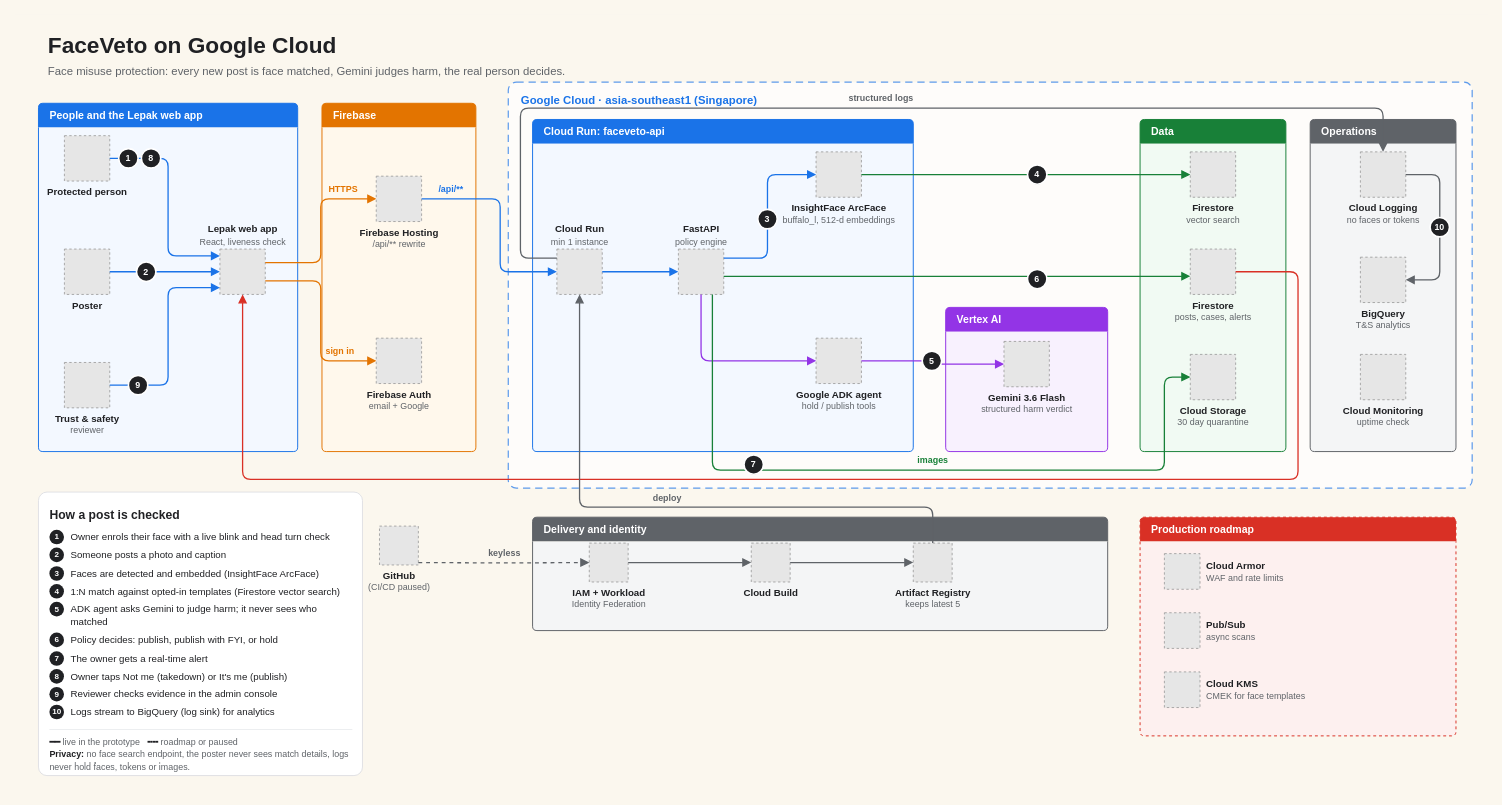
The draw.io diagram docs/architecture.drawio in jianlin070/FaceVeto, before the edit. Source tidied: cells renumbered, new cells numbered last; positions are measured from the earlier drawing's top-left corner, leaving out a move shared by most shapes. Both pictures are drawn from the tidied source at 81%, with x=0, y=0 at pixel (14, 14). Pictures stored in the file or linked from it are replaced by grey dashed boxes.
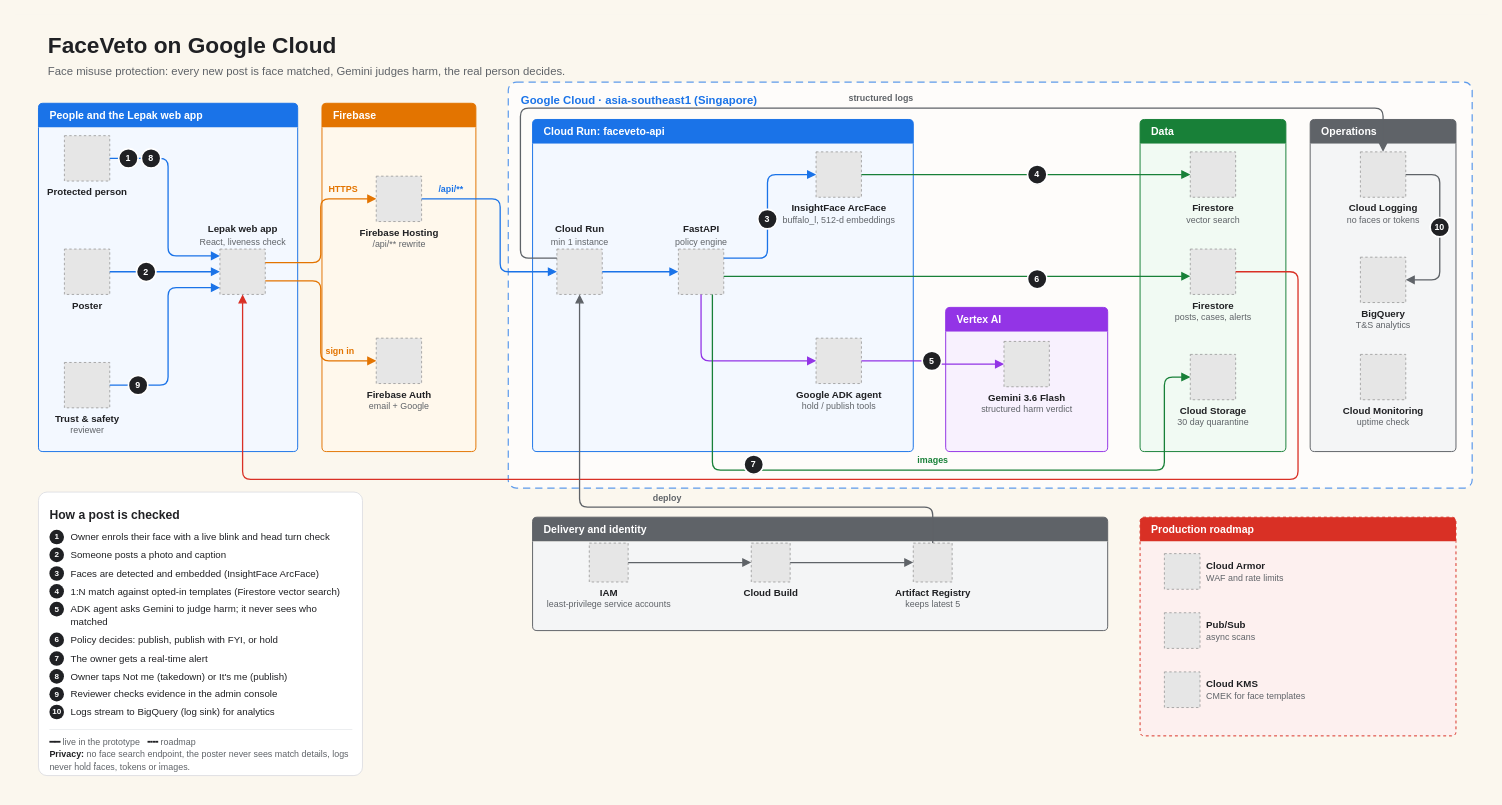
The same page after the edit.

Commit message (it also covers changes not shown here):
Architecture diagram and README: drop GitHub Actions deploys, which are not used

Diff of the diagram source:
```diff
@@
-    <mxCell id="30" value="&lt;b&gt;IAM + Workload&lt;/b&gt;&lt;br&gt;&lt;span style=&quot;color:#5f6368;font-size:11px&quot;&gt;Identity Federation&lt;/span&gt;" style="fillColor=#E6E6E6;strokeColor=#999999;dashed=1;html=1;verticalLabelPosition=bottom;verticalAlign=top;labelBackgroundColor=none;fontSize=12;fontColor=#202124;fontFamily=Helvetica;" parent="1" vertex="1">
+    <mxCell id="30" value="&lt;b&gt;IAM&lt;/b&gt;&lt;br&gt;&lt;span style=&quot;color:#5f6368;font-size:11px&quot;&gt;least-privilege service accounts&lt;/span&gt;" style="fillColor=#E6E6E6;strokeColor=#999999;dashed=1;html=1;verticalLabelPosition=bottom;verticalAlign=top;labelBackgroundColor=none;fontSize=12;fontColor=#202124;fontFamily=Helvetica;" parent="1" vertex="1">
       <mxGeometry x="710" y="653" width="48" height="48" as="geometry" />
     </mxCell>
@@
-    <mxCell id="33" value="&lt;b&gt;GitHub&lt;/b&gt;&lt;br&gt;&lt;span style=&quot;color:#5f6368;font-size:11px&quot;&gt;(CI/CD paused)&lt;/span&gt;" style="fillColor=#E6E6E6;strokeColor=#999999;dashed=1;html=1;verticalLabelPosition=bottom;verticalAlign=top;labelBackgroundColor=none;fontSize=12;fontColor=#202124;fontFamily=Helvetica;" parent="1" vertex="1">
-      <mxGeometry x="451" y="632" width="48" height="48" as="geometry" />
-    </mxCell>
@@
-    <mxCell id="54" value="keyless" style="edgeStyle=orthogonalEdgeStyle;rounded=1;jettySize=auto;html=1;endArrow=block;endFill=1;endSize=7;strokeWidth=1.6;strokeColor=#5f6368;fontColor=#5f6368;fontSize=11;fontStyle=1;fontFamily=Helvetica;labelBackgroundColor=none;verticalAlign=bottom;spacingBottom=3;dashed=1;exitX=1;exitY=0.5;exitDx=0;exitDy=0;entryX=0;entryY=0.5;entryDx=0;entryDy=0;" parent="1" edge="1" target="30">
-      <mxGeometry relative="1" as="geometry">
-        <mxPoint x="499" y="677" as="sourcePoint" />
-      </mxGeometry>
-    </mxCell>
@@
-    <mxCell id="68" value="&lt;div style=&quot;text-align:left;font-size:12px;line-height:1.35&quot;&gt;&lt;div style=&quot;font-size:15px;font-weight:bold;margin-bottom:6px&quot;&gt;How a post is checked&lt;/div&gt;&lt;table style=&quot;border-collapse:collapse&quot;&gt;&lt;tr&gt;&lt;td style=&quot;padding:2px 8px 2px 0;vertical-align:top&quot;&gt;&lt;span style=&quot;display:inline-block;width:18px;height:18px;border-radius:9px;background:#202124;color:#fff;text-align:center;line-height:18px;font-size:10px;font-weight:bold&quot;&gt;1&lt;/span&gt;&lt;/td&gt;&lt;td style=&quot;padding:3px 0;vertical-align:top&quot;&gt;Owner enrols their face with a live blink and head turn check&lt;/td&gt;&lt;/tr&gt;&lt;tr&gt;&lt;td style=&quot;padding:2px 8px 2px 0;vertical-align:top&quot;&gt;&lt;span style=&quot;display:inline-block;width:18px;height:18px;border-radius:9px;background:#202124;color:#fff;text-align:center;line-height:18px;font-size:10px;font-weight:bold&quot;&gt;2&lt;/span&gt;&lt;/td&gt;&lt;td style=&quot;padding:3px 0;vertical-align:top&quot;&gt;Someone posts a photo and caption&lt;/td&gt;&lt;/tr&gt;&lt;tr&gt;&lt;td style=&quot;padding:2px 8px 2px 0;vertical-align:top&quot;&gt;&lt;span style=&quot;display:inline-block;width:18px;height:18px;border-radius:9px;background:#202124;color:#fff;text-align:center;line-height:18px;font-size:10px;font-weight:bold&quot;&gt;3&lt;/span&gt;&lt;/td&gt;&lt;td style=&quot;padding:3px 0;vertical-align:top&quot;&gt;Faces are detected and embedded (InsightFace ArcFace)&lt;/td&gt;&lt;/tr&gt;&lt;tr&gt;&lt;td style=&quot;padding:2px 8px 2px 0;vertical-align:top&quot;&gt;&lt;span style=&quot;display:inline-block;width:18px;height:18px;border-radius:9px;background:#202124;color:#fff;text-align:center;line-height:18px;font-size:10px;font-weight:bold&quot;&gt;4&lt;/span&gt;&lt;/td&gt;&lt;td style=&quot;padding:3px 0;vertical-align:top&quot;&gt;1:N match against opted-in templates (Firestore vector search)&lt;/td&gt;&lt;/tr&gt;&lt;tr&gt;&lt;td style=&quot;padding:2px 8px 2px 0;vertical-align:top&quot;&gt;&lt;span style=&quot;display:inline-block;width:18px;height:18px;border-radius:9px;background:#202124;color:#fff;text-align:center;line-height:18px;font-size:10px;font-weight:bold&quot;&gt;5&lt;/span&gt;&lt;/td&gt;&lt;td style=&quot;padding:3px 0;vertical-align:top&quot;&gt;ADK agent asks Gemini to judge harm; it never sees who matched&lt;/td&gt;&lt;/tr&gt;&lt;tr&gt;&lt;td style=&quot;padding:2px 8px 2px 0;vertical-align:top&quot;&gt;&lt;span style=&quot;display:inline-block;width:18px;height:18px;border-radius:9px;background:#202124;color:#fff;text-align:center;line-height:18px;font-size:10px;font-weight:bold&quot;&gt;6&lt;/span&gt;&lt;/td&gt;&lt;td style=&quot;padding:3px 0;vertical-align:top&quot;&gt;Policy decides: publish, publish with FYI, or hold&lt;/td&gt;&lt;/tr&gt;&lt;tr&gt;&lt;td style=&quot;padding:2px 8px 2px 0;vertical-align:top&quot;&gt;&lt;span style=&quot;display:inline-block;width:18px;height:18px;border-radius:9px;background:#202124;color:#fff;text-align:center;line-height:18px;font-size:10px;font-weight:bold&quot;&gt;7&lt;/span&gt;&lt;/td&gt;&lt;td style=&quot;padding:3px 0;vertical-align:top&quot;&gt;The owner gets a real-time alert&lt;/td&gt;&lt;/tr&gt;&lt;tr&gt;&lt;td style=&quot;padding:2px 8px 2px 0;vertical-align:top&quot;&gt;&lt;span style=&quot;display:inline-block;width:18px;height:18px;border-radius:9px;background:#202124;color:#fff;text-align:center;line-height:18px;font-size:10px;font-weight:bold&quot;&gt;8&lt;/span&gt;&lt;/td&gt;&lt;td style=&quot;padding:3px 0;vertical-align:top&quot;&gt;Owner taps Not me (takedown) or It&amp;#x27;s me (publish)&lt;/td&gt;&lt;/tr&gt;&lt;tr&gt;&lt;td style=&quot;padding:2px 8px 2px 0;vertical-align:top&quot;&gt;&lt;span style=&quot;display:inline-block;width:18px;height:18px;border-radius:9px;background:#202124;color:#fff;text-align:center;line-height:18px;font-size:10px;font-weight:bold&quot;&gt;9&lt;/span&gt;&lt;/td&gt;&lt;td style=&quot;padding:3px 0;vertical-align:top&quot;&gt;Reviewer checks evidence in the admin console&lt;/td&gt;&lt;/tr&gt;&lt;tr&gt;&lt;td style=&quot;padding:2px 8px 2px 0;vertical-align:top&quot;&gt;&lt;span style=&quot;display:inline-block;width:18px;height:18px;border-radius:9px;background:#202124;color:#fff;text-align:center;line-height:18px;font-size:10px;font-weight:bold&quot;&gt;10&lt;/span&gt;&lt;/td&gt;&lt;td style=&quot;padding:3px 0;vertical-align:top&quot;&gt;Logs stream to BigQuery (log sink) for analytics&lt;/td&gt;&lt;/tr&gt;&lt;/table&gt;&lt;div style=&quot;margin-top:10px;padding-top:8px;border-top:1px solid #e8eaed;font-size:11px;color:#5f6368&quot;&gt;&lt;span style=&quot;color:#202124;font-weight:bold&quot;&gt;━━&lt;/span&gt; live in the prototype &amp;nbsp;&amp;nbsp;&lt;span style=&quot;color:#202124;font-weight:bold&quot;&gt;╍╍&lt;/span&gt; roadmap or paused&lt;br&gt;&lt;b style=&quot;color:#202124&quot;&gt;Privacy:&lt;/b&gt; no face search endpoint, the poster never sees match details, logs never hold faces, tokens or images.&lt;/div&gt;&lt;/div&gt;" style="rounded=1;arcSize=3;whiteSpace=wrap;html=1;fillColor=#ffffff;strokeColor=#dadce0;align=left;verticalAlign=top;spacing=14;fontColor=#202124;shadow=0;fontFamily=Helvetica;" parent="1" vertex="1">
+    <mxCell id="68" value="&lt;div style=&quot;text-align:left;font-size:12px;line-height:1.35&quot;&gt;&lt;div style=&quot;font-size:15px;font-weight:bold;margin-bottom:6px&quot;&gt;How a post is checked&lt;/div&gt;&lt;table style=&quot;border-collapse:collapse&quot;&gt;&lt;tr&gt;&lt;td style=&quot;padding:2px 8px 2px 0;vertical-align:top&quot;&gt;&lt;span style=&quot;display:inline-block;width:18px;height:18px;border-radius:9px;background:#202124;color:#fff;text-align:center;line-height:18px;font-size:10px;font-weight:bold&quot;&gt;1&lt;/span&gt;&lt;/td&gt;&lt;td style=&quot;padding:3px 0;vertical-align:top&quot;&gt;Owner enrols their face with a live blink and head turn check&lt;/td&gt;&lt;/tr&gt;&lt;tr&gt;&lt;td style=&quot;padding:2px 8px 2px 0;vertical-align:top&quot;&gt;&lt;span style=&quot;display:inline-block;width:18px;height:18px;border-radius:9px;background:#202124;color:#fff;text-align:center;line-height:18px;font-size:10px;font-weight:bold&quot;&gt;2&lt;/span&gt;&lt;/td&gt;&lt;td style=&quot;padding:3px 0;vertical-align:top&quot;&gt;Someone posts a photo and caption&lt;/td&gt;&lt;/tr&gt;&lt;tr&gt;&lt;td style=&quot;padding:2px 8px 2px 0;vertical-align:top&quot;&gt;&lt;span style=&quot;display:inline-block;width:18px;height:18px;border-radius:9px;background:#202124;color:#fff;text-align:center;line-height:18px;font-size:10px;font-weight:bold&quot;&gt;3&lt;/span&gt;&lt;/td&gt;&lt;td style=&quot;padding:3px 0;vertical-align:top&quot;&gt;Faces are detected and embedded (InsightFace ArcFace)&lt;/td&gt;&lt;/tr&gt;&lt;tr&gt;&lt;td style=&quot;padding:2px 8px 2px 0;vertical-align:top&quot;&gt;&lt;span style=&quot;display:inline-block;width:18px;height:18px;border-radius:9px;background:#202124;color:#fff;text-align:center;line-height:18px;font-size:10px;font-weight:bold&quot;&gt;4&lt;/span&gt;&lt;/td&gt;&lt;td style=&quot;padding:3px 0;vertical-align:top&quot;&gt;1:N match against opted-in templates (Firestore vector search)&lt;/td&gt;&lt;/tr&gt;&lt;tr&gt;&lt;td style=&quot;padding:2px 8px 2px 0;vertical-align:top&quot;&gt;&lt;span style=&quot;display:inline-block;width:18px;height:18px;border-radius:9px;background:#202124;color:#fff;text-align:center;line-height:18px;font-size:10px;font-weight:bold&quot;&gt;5&lt;/span&gt;&lt;/td&gt;&lt;td style=&quot;padding:3px 0;vertical-align:top&quot;&gt;ADK agent asks Gemini to judge harm; it never sees who matched&lt;/td&gt;&lt;/tr&gt;&lt;tr&gt;&lt;td style=&quot;padding:2px 8px 2px 0;vertical-align:top&quot;&gt;&lt;span style=&quot;display:inline-block;width:18px;height:18px;border-radius:9px;background:#202124;color:#fff;text-align:center;line-height:18px;font-size:10px;font-weight:bold&quot;&gt;6&lt;/span&gt;&lt;/td&gt;&lt;td style=&quot;padding:3px 0;vertical-align:top&quot;&gt;Policy decides: publish, publish with FYI, or hold&lt;/td&gt;&lt;/tr&gt;&lt;tr&gt;&lt;td style=&quot;padding:2px 8px 2px 0;vertical-align:top&quot;&gt;&lt;span style=&quot;display:inline-block;width:18px;height:18px;border-radius:9px;background:#202124;color:#fff;text-align:center;line-height:18px;font-size:10px;font-weight:bold&quot;&gt;7&lt;/span&gt;&lt;/td&gt;&lt;td style=&quot;padding:3px 0;vertical-align:top&quot;&gt;The owner gets a real-time alert&lt;/td&gt;&lt;/tr&gt;&lt;tr&gt;&lt;td style=&quot;padding:2px 8px 2px 0;vertical-align:top&quot;&gt;&lt;span style=&quot;display:inline-block;width:18px;height:18px;border-radius:9px;background:#202124;color:#fff;text-align:center;line-height:18px;font-size:10px;font-weight:bold&quot;&gt;8&lt;/span&gt;&lt;/td&gt;&lt;td style=&quot;padding:3px 0;vertical-align:top&quot;&gt;Owner taps Not me (takedown) or It&amp;#x27;s me (publish)&lt;/td&gt;&lt;/tr&gt;&lt;tr&gt;&lt;td style=&quot;padding:2px 8px 2px 0;vertical-align:top&quot;&gt;&lt;span style=&quot;display:inline-block;width:18px;height:18px;border-radius:9px;background:#202124;color:#fff;text-align:center;line-height:18px;font-size:10px;font-weight:bold&quot;&gt;9&lt;/span&gt;&lt;/td&gt;&lt;td style=&quot;padding:3px 0;vertical-align:top&quot;&gt;Reviewer checks evidence in the admin console&lt;/td&gt;&lt;/tr&gt;&lt;tr&gt;&lt;td style=&quot;padding:2px 8px 2px 0;vertical-align:top&quot;&gt;&lt;span style=&quot;display:inline-block;width:18px;height:18px;border-radius:9px;background:#202124;color:#fff;text-align:center;line-height:18px;font-size:10px;font-weight:bold&quot;&gt;10&lt;/span&gt;&lt;/td&gt;&lt;td style=&quot;padding:3px 0;vertical-align:top&quot;&gt;Logs stream to BigQuery (log sink) for analytics&lt;/td&gt;&lt;/tr&gt;&lt;/table&gt;&lt;div style=&quot;margin-top:10px;padding-top:8px;border-top:1px solid #e8eaed;font-size:11px;color:#5f6368&quot;&gt;&lt;span style=&quot;color:#202124;font-weight:bold&quot;&gt;━━&lt;/span&gt; live in the prototype &amp;nbsp;&amp;nbsp;&lt;span style=&quot;color:#202124;font-weight:bold&quot;&gt;╍╍&lt;/span&gt; roadmap&lt;br&gt;&lt;b style=&quot;color:#202124&quot;&gt;Privacy:&lt;/b&gt; no face search endpoint, the poster never sees match details, logs never hold faces, tokens or images.&lt;/div&gt;&lt;/div&gt;" style="rounded=1;arcSize=3;whiteSpace=wrap;html=1;fillColor=#ffffff;strokeColor=#dadce0;align=left;verticalAlign=top;spacing=14;fontColor=#202124;shadow=0;fontFamily=Helvetica;" parent="1" vertex="1">
       <mxGeometry x="30" y="590" width="400" height="350" as="geometry" />
     </mxCell>
```
